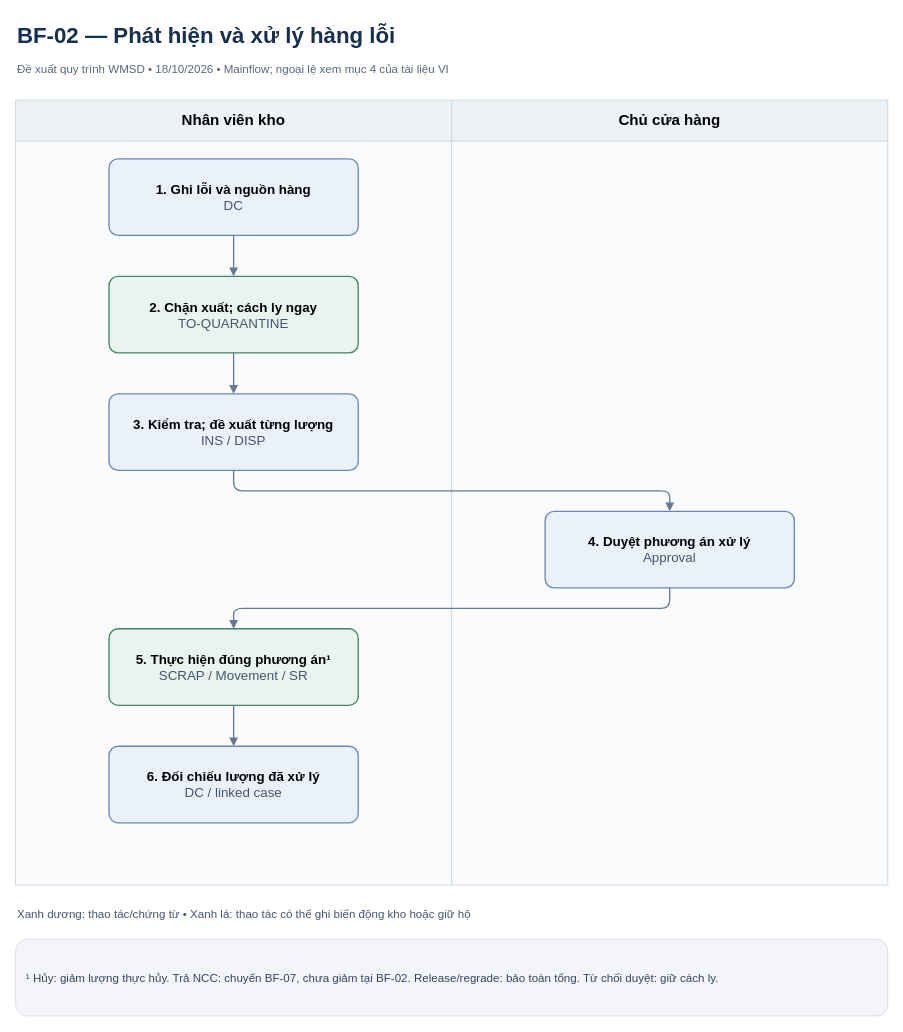
minhbach032003/docs_doan keeps this draw.io diagram as page "BF-02 VI" (2 of 16) of docs/04_so_do/WMSD_Mainflows_VI_EN.drawio. Above is the earlier version. Source tidied: cells renumbered, new cells numbered last; positions are measured from the earlier drawing's top-left corner, leaving out a move shared by most shapes. Both pictures are drawn from the tidied source at 89%, with x=0, y=0 at pixel (15, 15).
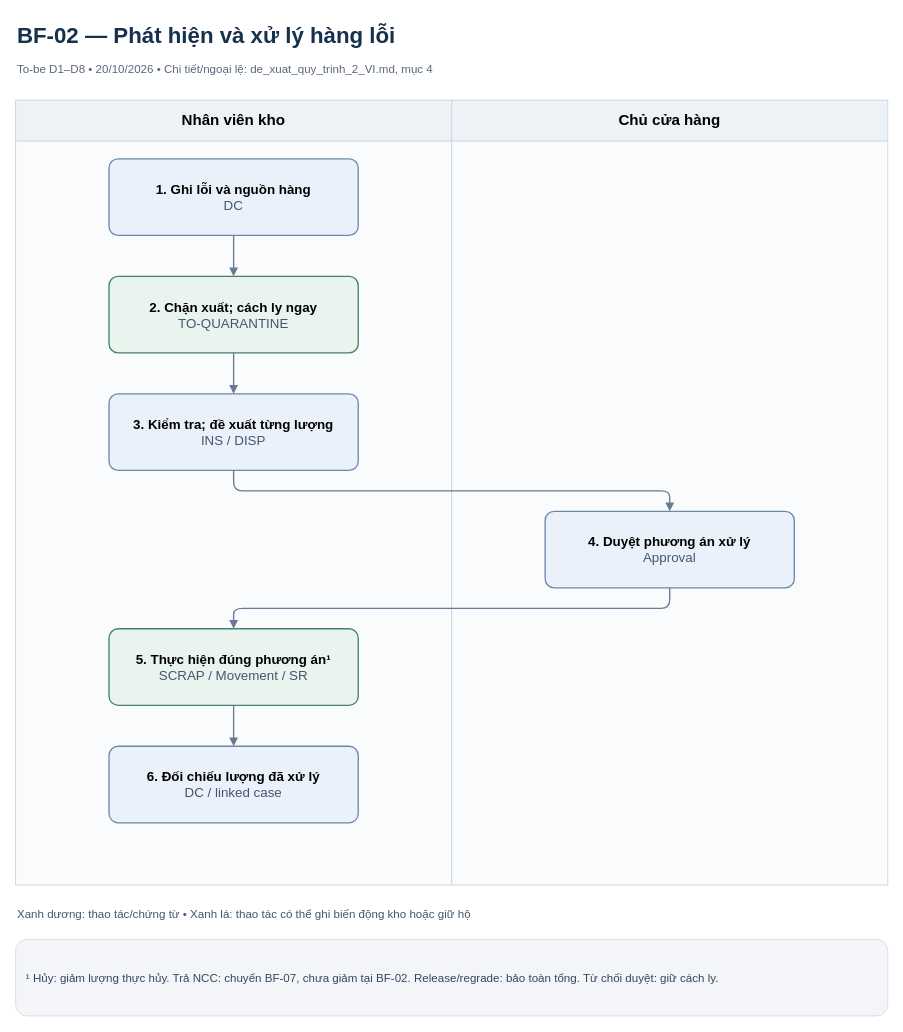
The same diagram, later.

Diff of the diagram source:
```diff
@@
-    <mxCell id="3" value="Đề xuất quy trình WMSD • 18/10/2026 • Mainflow; ngoại lệ xem mục 4 của tài liệu VI" style="text;align=left;fontSize=13;fontColor=#58677c;html=1;fontFamily=Arial;whiteSpace=wrap;" parent="1" vertex="1">
+    <mxCell id="3" value="To-be D1–D8 • 20/10/2026 • Chi tiết/ngoại lệ: de_xuat_quy_trinh_2_VI.md, mục 4" style="text;align=left;fontSize=13;fontColor=#58677c;html=1;fontFamily=Arial;whiteSpace=wrap;" parent="1" vertex="1">
       <mxGeometry y="46" width="980" height="30" as="geometry" />
     </mxCell>
```
